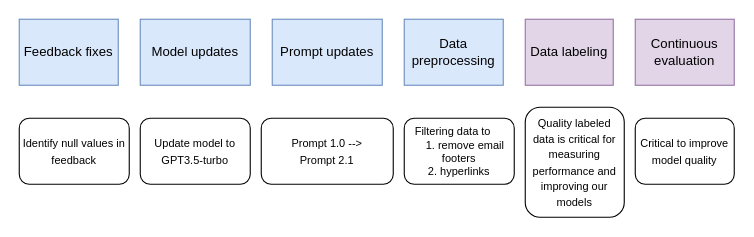
This is lockstep.drawio from sjster/draw.io, a draw.io file, before an edit. Source tidied: cells renumbered, new cells numbered last; positions are measured from the earlier drawing's top-left corner, leaving out a move shared by most shapes. Both pictures are drawn from the tidied source at 110%, with x=0, y=0 at pixel (19, 19).
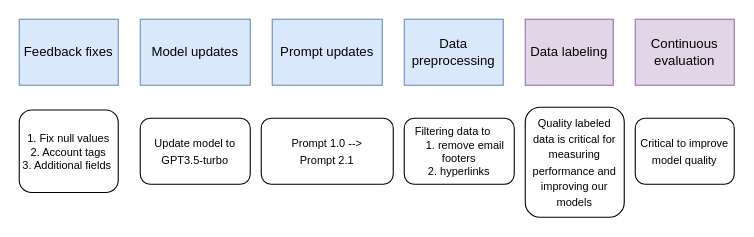
Above is the later version.

The edit, as a diff of the source:
```diff
@@
 <mxGraphModel>
   <root>
     <mxCell id="0" />
     <mxCell id="1" parent="0" />
     <mxCell id="2" value="Feedback fixes" style="rounded=0;whiteSpace=wrap;html=1;fillColor=#dae8fc;strokeColor=#6c8ebf;" parent="1" vertex="1">
       <mxGeometry width="90" height="60" as="geometry" />
     </mxCell>
     <mxCell id="3" value="Model updates" style="rounded=0;whiteSpace=wrap;html=1;fillColor=#dae8fc;strokeColor=#6c8ebf;" parent="1" vertex="1">
       <mxGeometry x="110" width="100" height="60" as="geometry" />
     </mxCell>
     <mxCell id="4" value="Prompt updates" style="rounded=0;whiteSpace=wrap;html=1;fillColor=#dae8fc;strokeColor=#6c8ebf;" parent="1" vertex="1">
       <mxGeometry x="230" width="100" height="60" as="geometry" />
     </mxCell>
     <mxCell id="5" value="Data &lt;br&gt;preprocessing" style="rounded=0;whiteSpace=wrap;html=1;fillColor=#dae8fc;strokeColor=#6c8ebf;" parent="1" vertex="1">
       <mxGeometry x="350" width="90" height="60" as="geometry" />
     </mxCell>
     <mxCell id="6" value="Data labeling" style="rounded=0;whiteSpace=wrap;html=1;fillColor=#e1d5e7;strokeColor=#9673a6;" parent="1" vertex="1">
       <mxGeometry x="460" width="80" height="60" as="geometry" />
     </mxCell>
     <mxCell id="7" value="Continuous evaluation" style="rounded=0;whiteSpace=wrap;html=1;fillColor=#e1d5e7;strokeColor=#9673a6;" parent="1" vertex="1">
       <mxGeometry x="560" width="90" height="60" as="geometry" />
     </mxCell>
-    <mxCell id="8" value="&lt;font style=&quot;font-size: 10px;&quot;&gt;Identify null values in feedback&lt;/font&gt;" style="rounded=1;whiteSpace=wrap;html=1;" parent="1" vertex="1">
-      <mxGeometry y="90" width="100" height="60" as="geometry" />
+    <mxCell id="8" value="&lt;div style=&quot;&quot;&gt;&lt;span style=&quot;font-size: 10px; background-color: initial;&quot;&gt;1. Fix null values&lt;/span&gt;&lt;/div&gt;&lt;font style=&quot;font-size: 10px;&quot;&gt;&lt;div style=&quot;&quot;&gt;&lt;span style=&quot;background-color: initial;&quot;&gt;2. Account tags&lt;/span&gt;&lt;/div&gt;&lt;div style=&quot;&quot;&gt;&lt;span style=&quot;background-color: initial;&quot;&gt;3. Additional fields&amp;nbsp;&lt;/span&gt;&lt;/div&gt;&lt;/font&gt;" style="rounded=1;whiteSpace=wrap;html=1;align=center;" parent="1" vertex="1">
+      <mxGeometry y="82.5" width="90" height="75" as="geometry" />
     </mxCell>
     <mxCell id="9" value="&lt;font style=&quot;font-size: 10px;&quot;&gt;Update model to GPT3.5-turbo&lt;/font&gt;" style="rounded=1;whiteSpace=wrap;html=1;" parent="1" vertex="1">
       <mxGeometry x="110" y="90" width="100" height="60" as="geometry" />
     </mxCell>
     <mxCell id="10" value="&lt;font style=&quot;font-size: 10px;&quot;&gt;Prompt 1.0 --&amp;gt;&lt;br&gt;Prompt 2.1&lt;/font&gt;" style="rounded=1;whiteSpace=wrap;html=1;align=center;" parent="1" vertex="1">
       <mxGeometry x="220" y="90" width="120" height="60" as="geometry" />
     </mxCell>
     <mxCell id="11" value="&lt;div style=&quot;font-size: 10px;&quot;&gt;&lt;span style=&quot;background-color: initial;&quot;&gt;&lt;font style=&quot;font-size: 10px;&quot;&gt;Filtering data to&amp;nbsp; &amp;nbsp;&amp;nbsp;&lt;/font&gt;&lt;/span&gt;&lt;/div&gt;&lt;div style=&quot;font-size: 10px;&quot;&gt;&lt;span style=&quot;background-color: initial;&quot;&gt;&lt;font style=&quot;font-size: 10px;&quot;&gt;&amp;nbsp; &amp;nbsp; 1. remove email footers&lt;/font&gt;&lt;/span&gt;&lt;/div&gt;&lt;div style=&quot;font-size: 10px;&quot;&gt;&lt;span style=&quot;background-color: initial;&quot;&gt;&lt;font style=&quot;font-size: 10px;&quot;&gt;2. hyperlinks&lt;/font&gt;&lt;/span&gt;&lt;/div&gt;" style="rounded=1;whiteSpace=wrap;html=1;align=center;" parent="1" vertex="1">
       <mxGeometry x="350" y="90" width="100" height="60" as="geometry" />
     </mxCell>
     <mxCell id="12" value="&lt;font style=&quot;font-size: 10px;&quot;&gt;Quality labeled data is critical for measuring performance and improving our models&lt;/font&gt;" style="rounded=1;whiteSpace=wrap;html=1;" parent="1" vertex="1">
       <mxGeometry x="460" y="80" width="90" height="100" as="geometry" />
     </mxCell>
     <mxCell id="13" value="&lt;font style=&quot;font-size: 10px;&quot;&gt;Critical to improve model quality&lt;/font&gt;" style="rounded=1;whiteSpace=wrap;html=1;" parent="1" vertex="1">
       <mxGeometry x="560" y="90" width="90" height="60" as="geometry" />
     </mxCell>
   </root>
 </mxGraphModel>
```
